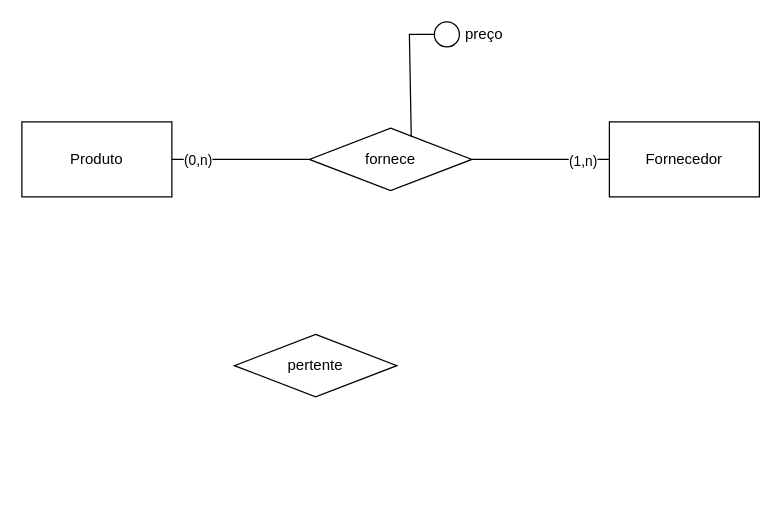
This is Banco-de-Dados/ex_07(autopecas).drawio from mateus-s-a/IFMT_Eng_Computacao, a draw.io file, before an edit. Source tidied: cells renumbered, new cells numbered last; positions are measured from the earlier drawing's top-left corner, leaving out a move shared by most shapes. Both pictures are drawn from the tidied source at 125%, with x=0, y=0 at pixel (21, 21).
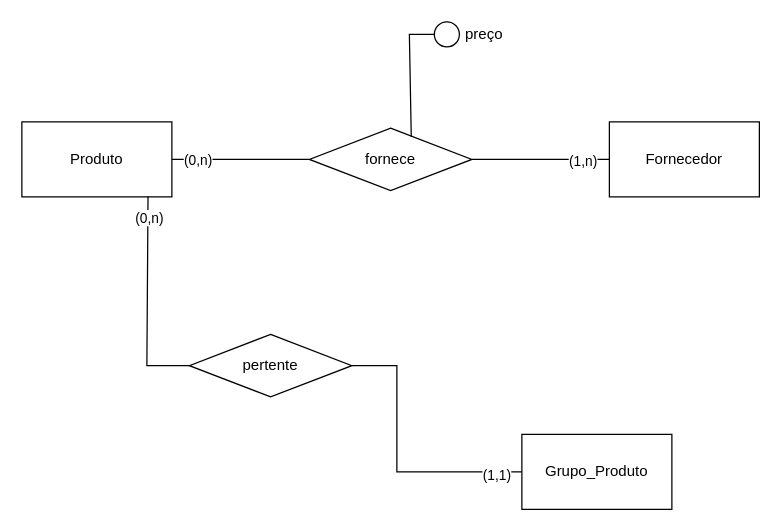
Above is the later version.

The change refers to these unchanged cells:
```xml
<mxCell id="2" value="&lt;div&gt;Produto&lt;/div&gt;" style="rounded=0;whiteSpace=wrap;html=1;" parent="1" vertex="1">
  <mxGeometry y="80" width="120" height="60" as="geometry" />
</mxCell>
```

Diff of the diagram source:
```diff
@@
     <mxCell id="9" value="&lt;div&gt;pertente&lt;/div&gt;" style="rhombus;whiteSpace=wrap;html=1;" parent="1" vertex="1">
-      <mxGeometry x="170" y="250" width="130" height="50" as="geometry" />
+      <mxGeometry x="134" y="250" width="130" height="50" as="geometry" />
     </mxCell>
@@
+    <mxCell id="13" style="endArrow=none;html=1;rounded=0;entryX=0.841;entryY=0.993;entryDx=0;entryDy=0;entryPerimeter=0;exitX=0;exitY=0.5;exitDx=0;exitDy=0;" parent="1" edge="1" source="9" target="2">
+      <mxGeometry relative="1" as="geometry">
+        <Array as="points">
+          <mxPoint x="100" y="275" />
+        </Array>
+      </mxGeometry>
+    </mxCell>
+    <mxCell id="14" value="(0,n)" style="edgeLabel;html=1;align=center;verticalAlign=middle;" parent="13" vertex="1">
+      <mxGeometry x="0.81" y="-1" relative="1" as="geometry" />
+    </mxCell>
+    <mxCell id="15" value="Grupo_Produto" style="rounded=0;whiteSpace=wrap;html=1;" parent="1" vertex="1">
+      <mxGeometry x="400" y="330" width="120" height="60" as="geometry" />
+    </mxCell>
+    <mxCell id="16" style="endArrow=none;html=1;rounded=0;exitX=1;exitY=0.5;exitDx=0;exitDy=0;entryX=0;entryY=0.5;entryDx=0;entryDy=0;" parent="1" edge="1" source="9" target="15">
+      <mxGeometry relative="1" as="geometry">
+        <Array as="points">
+          <mxPoint x="300" y="275" />
+          <mxPoint x="300" y="360" />
+        </Array>
+      </mxGeometry>
+    </mxCell>
+    <mxCell id="17" value="(1,1)" style="edgeLabel;html=1;align=center;verticalAlign=middle;" parent="16" vertex="1">
+      <mxGeometry x="0.81" y="-2" relative="1" as="geometry" />
+    </mxCell>
```
